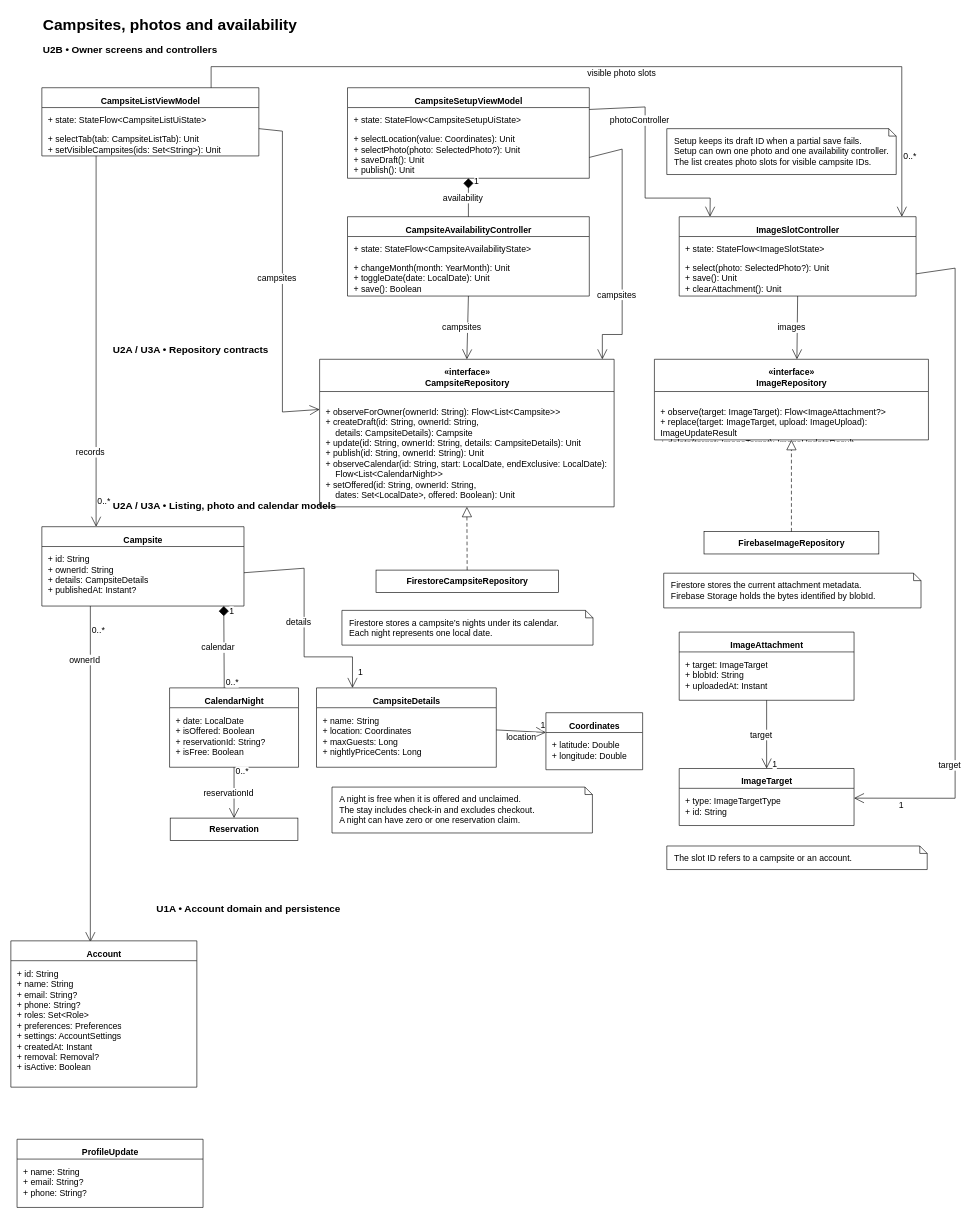
CMPUT301F26stderr/stderr-campsbridge keeps this draw.io diagram as page "UML_Diagram" (4 of 5) of doc/UML.drawio. Above is the earlier version. Source tidied: cells renumbered, new cells numbered last; positions are measured from the earlier drawing's top-left corner, leaving out a move shared by most shapes. Both pictures are drawn from the tidied source at 62%, with x=0, y=0 at pixel (11, 11).
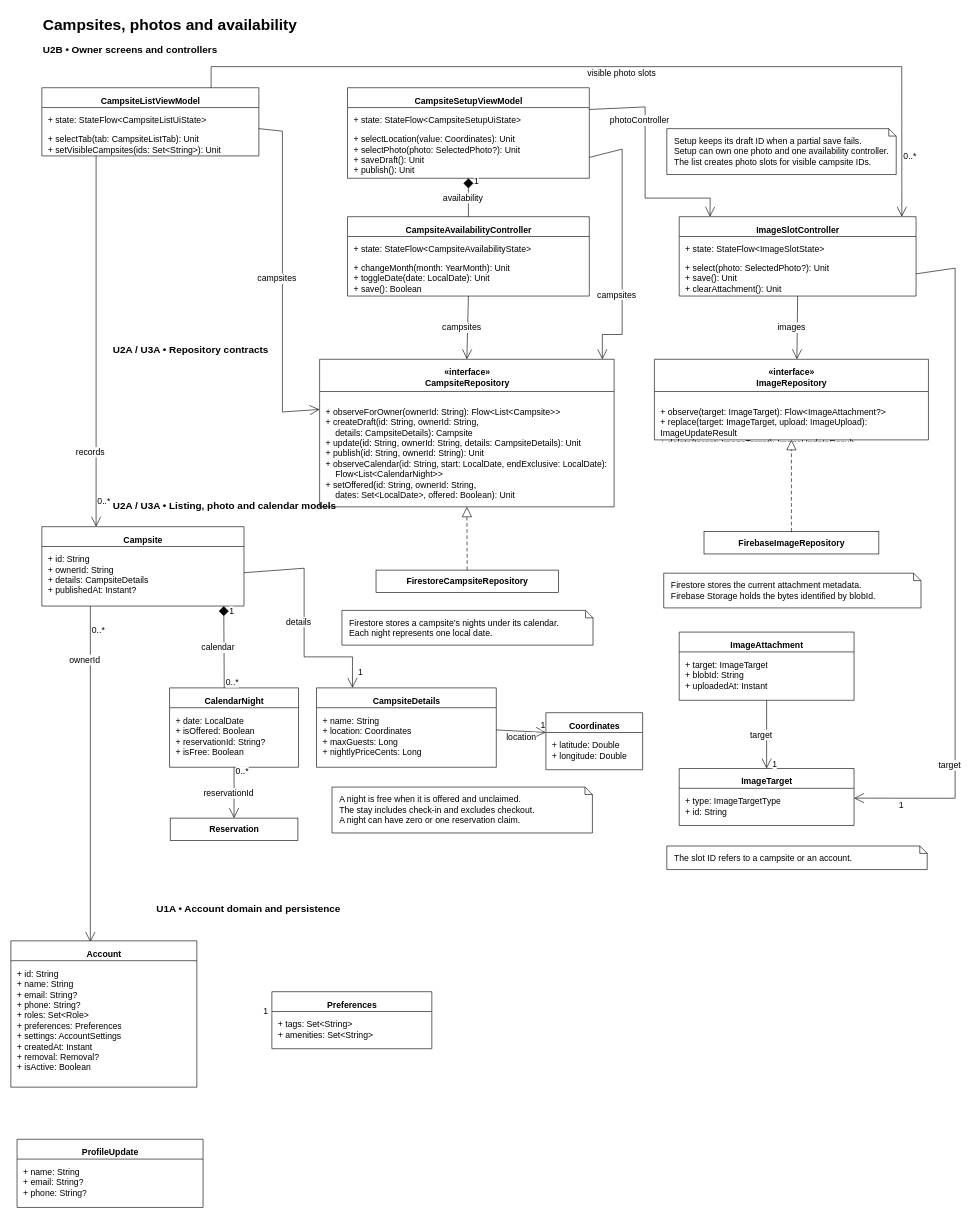
The same page after the edit.

Diff of the diagram source:
```diff
@@
+    <mxCell id="104" value="&lt;b&gt;Preferences&lt;/b&gt;" style="swimlane;html=1;rounded=0;fillColor=#ffffff;strokeColor=#000000;strokeWidth=1;fontColor=#000000;fontFamily=Arial;fontSize=14;startSize=32;horizontal=1;swimlaneFillColor=#ffffff;align=center;verticalAlign=top;spacingTop=6;" parent="1" vertex="1">
+      <mxGeometry x="421" y="1582" width="258" height="92" as="geometry" />
+    </mxCell>
+    <mxCell id="105" value="+ tags: Set&amp;lt;String&amp;gt;&lt;br&gt;+ amenities: Set&amp;lt;String&amp;gt;" style="text;html=1;strokeColor=none;fillColor=none;fontColor=#000000;fontFamily=Arial;fontSize=14;align=left;verticalAlign=top;spacingLeft=8;spacingTop=6;whiteSpace=wrap;overflow=hidden;" parent="104" vertex="1">
+      <mxGeometry y="32" width="258" height="48" as="geometry" />
+    </mxCell>
+    <mxCell id="106" style="shape=line;html=1;strokeColor=#000000;strokeWidth=1;" parent="104" vertex="1">
+      <mxGeometry y="80" width="258" as="geometry" />
+    </mxCell>
+    <mxCell id="107" value="1" style="edgeLabel;html=1;align=center;verticalAlign=middle;labelBackgroundColor=#ffffff;fontColor=#000000;fontFamily=Arial;fontSize=14;" parent="1" vertex="1">
+      <mxGeometry x="410" y="1612.5" as="geometry" />
+    </mxCell>
```
